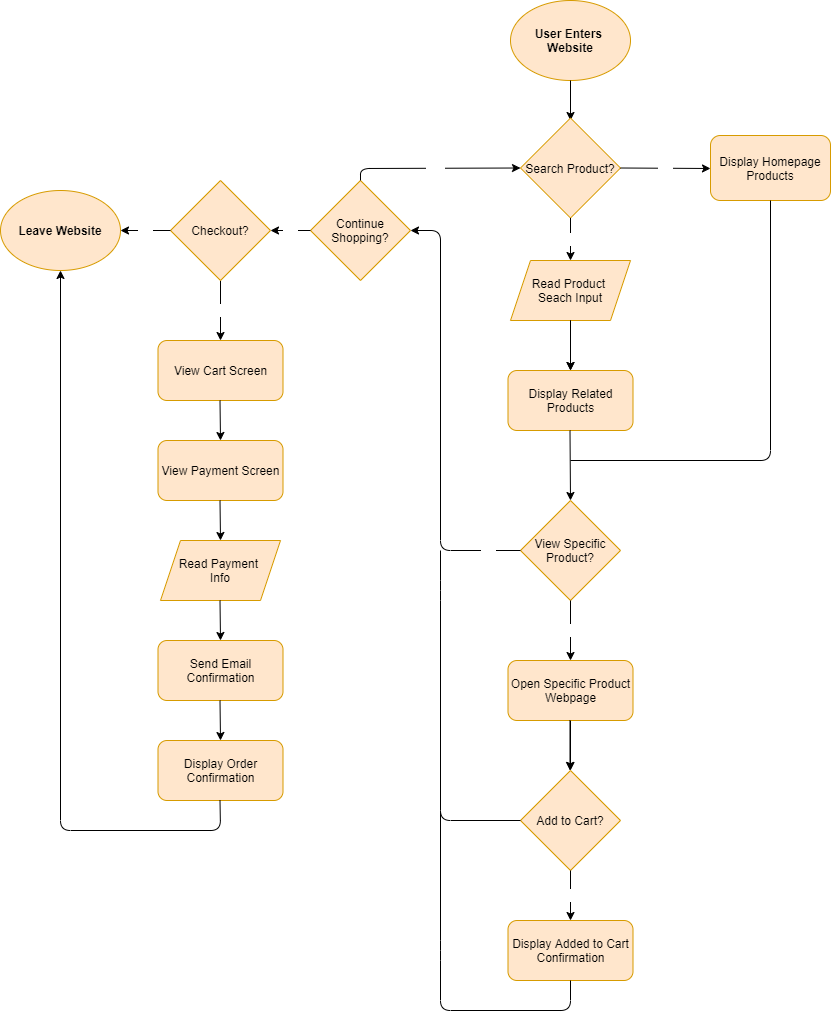
Before: explore/diagramming/diagram.drawio.png, a diagram exported from draw.io (dwk002/fa21-cse110-lab4). Source tidied: cells renumbered, new cells last; positions are measured from the earlier drawing's top-left corner, leaving out a move shared by most shapes. The source it was exported from:
```xml
<mxGraphModel>
  <root>
    <mxCell id="0" />
    <mxCell id="1" parent="0" />
    <mxCell id="2" value="&lt;b&gt;User Enters &lt;br&gt;Website&lt;/b&gt;" style="ellipse;whiteSpace=wrap;html=1;fillColor=#ffe6cc;strokeColor=#d79b00;fontColor=#000000;" parent="1" vertex="1">
      <mxGeometry x="510" width="120" height="80" as="geometry" />
    </mxCell>
    <mxCell id="3" style="endArrow=classic;html=1;fontColor=#000000;exitX=0.5;exitY=1;exitDx=0;exitDy=0;" parent="1" edge="1" source="2">
      <mxGeometry relative="1" as="geometry">
        <mxPoint x="570" y="120" as="targetPoint" />
      </mxGeometry>
    </mxCell>
    <mxCell id="4" value="Search Product?" style="rhombus;whiteSpace=wrap;html=1;fillColor=#ffe6cc;strokeColor=#d79b00;fontColor=#000000;" parent="1" vertex="1">
      <mxGeometry x="520" y="117.5" width="100" height="100" as="geometry" />
    </mxCell>
    <mxCell id="5" value="&lt;font color=&quot;#ffffff&quot;&gt;No&lt;/font&gt;" style="endArrow=classic;html=1;fontColor=#000000;exitX=1;exitY=0.5;exitDx=0;exitDy=0;fontStyle=1;" parent="1" edge="1" source="4">
      <mxGeometry relative="1" as="geometry">
        <mxPoint x="710" y="168" as="targetPoint" />
      </mxGeometry>
    </mxCell>
    <mxCell id="6" value="&lt;font color=&quot;#ffffff&quot;&gt;Yes&lt;/font&gt;" style="endArrow=classic;html=1;fontColor=#000000;exitX=0.5;exitY=1;exitDx=0;exitDy=0;fontStyle=1;" parent="1" edge="1" source="4">
      <mxGeometry relative="1" as="geometry">
        <mxPoint x="570" y="260" as="targetPoint" />
      </mxGeometry>
    </mxCell>
    <mxCell id="7" value="Display Homepage Products" style="rounded=1;whiteSpace=wrap;html=1;fillColor=#ffe6cc;strokeColor=#d79b00;fontColor=#000000;" parent="1" vertex="1">
      <mxGeometry x="710" y="135" width="120" height="65" as="geometry" />
    </mxCell>
    <mxCell id="8" value="Read Product &lt;br&gt;Seach Input" style="shape=parallelogram;perimeter=parallelogramPerimeter;whiteSpace=wrap;html=1;fixedSize=1;fillColor=#ffe6cc;strokeColor=#d79b00;fontColor=#000000;" parent="1" vertex="1">
      <mxGeometry x="510" y="260" width="120" height="60" as="geometry" />
    </mxCell>
    <mxCell id="9" value="Display Related Products" style="rounded=1;whiteSpace=wrap;html=1;fillColor=#ffe6cc;strokeColor=#d79b00;fontColor=#000000;" parent="1" vertex="1">
      <mxGeometry x="507.5" y="370" width="125" height="60" as="geometry" />
    </mxCell>
    <mxCell id="10" style="endArrow=classic;html=1;fontColor=#000000;entryX=0.5;entryY=0;entryDx=0;entryDy=0;" parent="1" edge="1" target="9">
      <mxGeometry relative="1" as="geometry">
        <mxPoint x="570" y="320" as="sourcePoint" />
      </mxGeometry>
    </mxCell>
    <mxCell id="11" value="View Specific Product?" style="rhombus;whiteSpace=wrap;html=1;fillColor=#ffe6cc;strokeColor=#d79b00;fontColor=#000000;" parent="1" vertex="1">
      <mxGeometry x="520" y="500" width="100" height="100" as="geometry" />
    </mxCell>
    <mxCell id="12" style="endArrow=none;html=1;fontColor=#000000;entryX=0.5;entryY=1;entryDx=0;entryDy=0;" parent="1" edge="1" target="7">
      <mxGeometry relative="1" as="geometry">
        <mxPoint x="570" y="460" as="sourcePoint" />
        <Array as="points">
          <mxPoint x="770" y="460" />
        </Array>
      </mxGeometry>
    </mxCell>
    <mxCell id="13" style="endArrow=classic;html=1;fontColor=#000000;entryX=0.5;entryY=0;entryDx=0;entryDy=0;" parent="1" edge="1" target="11">
      <mxGeometry relative="1" as="geometry">
        <mxPoint x="569.5" y="430" as="sourcePoint" />
      </mxGeometry>
    </mxCell>
    <mxCell id="14" value="&lt;font color=&quot;#ffffff&quot;&gt;Yes&lt;/font&gt;" style="endArrow=classic;html=1;fontColor=#000000;fontStyle=1;exitX=0.5;exitY=1;exitDx=0;exitDy=0;entryX=0.5;entryY=0;entryDx=0;entryDy=0;" parent="1" edge="1" source="11" target="16">
      <mxGeometry relative="1" as="geometry" />
    </mxCell>
    <mxCell id="15" style="edgeStyle=orthogonalEdgeStyle;rounded=0;jettySize=auto;html=1;fontColor=#000000;" parent="1" edge="1" source="16" target="19">
      <mxGeometry relative="1" as="geometry" />
    </mxCell>
    <mxCell id="16" value="Open Specific Product Webpage" style="rounded=1;whiteSpace=wrap;html=1;fillColor=#ffe6cc;strokeColor=#d79b00;fontColor=#000000;" parent="1" vertex="1">
      <mxGeometry x="507.5" y="660" width="125" height="60" as="geometry" />
    </mxCell>
    <mxCell id="17" style="endArrow=classic;html=1;fontColor=#000000;entryX=0.5;entryY=0;entryDx=0;entryDy=0;" parent="1" edge="1">
      <mxGeometry relative="1" as="geometry">
        <mxPoint x="570" y="320" as="sourcePoint" />
        <mxPoint x="570" y="370" as="targetPoint" />
      </mxGeometry>
    </mxCell>
    <mxCell id="18" style="endArrow=classic;html=1;fontColor=#000000;entryX=0.5;entryY=0;entryDx=0;entryDy=0;" parent="1" edge="1">
      <mxGeometry relative="1" as="geometry">
        <mxPoint x="569.5" y="720" as="sourcePoint" />
        <mxPoint x="569.5" y="770" as="targetPoint" />
      </mxGeometry>
    </mxCell>
    <mxCell id="19" value="Add to Cart?" style="rhombus;whiteSpace=wrap;html=1;fillColor=#ffe6cc;strokeColor=#d79b00;fontColor=#000000;" parent="1" vertex="1">
      <mxGeometry x="520" y="770" width="100" height="100" as="geometry" />
    </mxCell>
    <mxCell id="20" value="Display Added to Cart Confirmation" style="rounded=1;whiteSpace=wrap;html=1;fillColor=#ffe6cc;strokeColor=#d79b00;fontColor=#000000;" parent="1" vertex="1">
      <mxGeometry x="507.5" y="920" width="125" height="60" as="geometry" />
    </mxCell>
    <mxCell id="21" value="&lt;font color=&quot;#ffffff&quot;&gt;Yes&lt;/font&gt;" style="endArrow=classic;html=1;fontColor=#000000;fontStyle=1;" parent="1" edge="1">
      <mxGeometry relative="1" as="geometry">
        <mxPoint x="570" y="870" as="sourcePoint" />
        <mxPoint x="570" y="920" as="targetPoint" />
      </mxGeometry>
    </mxCell>
    <mxCell id="22" value="&lt;font color=&quot;#ffffff&quot;&gt;No&lt;/font&gt;" style="endArrow=classic;html=1;fontColor=#000000;exitX=0;exitY=0.5;exitDx=0;exitDy=0;fontStyle=1;entryX=1;entryY=0.5;entryDx=0;entryDy=0;" parent="1" edge="1" source="11" target="23">
      <mxGeometry x="-0.85" relative="1" as="geometry">
        <Array as="points">
          <mxPoint x="440" y="550" />
          <mxPoint x="440" y="230" />
        </Array>
      </mxGeometry>
    </mxCell>
    <mxCell id="23" value="Continue Shopping?" style="rhombus;whiteSpace=wrap;html=1;fillColor=#ffe6cc;strokeColor=#d79b00;fontColor=#000000;" parent="1" vertex="1">
      <mxGeometry x="310" y="180" width="100" height="100" as="geometry" />
    </mxCell>
    <mxCell id="24" style="endArrow=none;html=1;fontColor=#000000;exitX=0;exitY=0.5;exitDx=0;exitDy=0;" parent="1" edge="1" source="19">
      <mxGeometry relative="1" as="geometry">
        <mxPoint x="440" y="550" as="targetPoint" />
        <Array as="points">
          <mxPoint x="440" y="820" />
          <mxPoint x="440" y="590" />
        </Array>
      </mxGeometry>
    </mxCell>
    <mxCell id="25" value="&lt;b&gt;&lt;font color=&quot;#ffffff&quot;&gt;No&lt;/font&gt;&lt;/b&gt;" style="edgeLabel;html=1;align=center;verticalAlign=middle;fontColor=#000000;" parent="24" vertex="1">
      <mxGeometry x="-0.12" relative="1" as="geometry">
        <mxPoint x="50" y="91" as="offset" />
      </mxGeometry>
    </mxCell>
    <mxCell id="26" style="endArrow=none;html=1;fontColor=#000000;entryX=0.5;entryY=1;entryDx=0;entryDy=0;" parent="1" edge="1" target="20">
      <mxGeometry relative="1" as="geometry">
        <mxPoint x="440" y="810" as="sourcePoint" />
        <Array as="points">
          <mxPoint x="440" y="950" />
          <mxPoint x="440" y="1010" />
          <mxPoint x="570" y="1010" />
        </Array>
      </mxGeometry>
    </mxCell>
    <mxCell id="27" value="&lt;font color=&quot;#ffffff&quot;&gt;Yes&lt;/font&gt;" style="endArrow=classic;html=1;fontColor=#000000;fontStyle=1;entryX=0;entryY=0.5;entryDx=0;entryDy=0;" parent="1" edge="1" target="4">
      <mxGeometry relative="1" as="geometry">
        <mxPoint x="360" y="180" as="sourcePoint" />
        <Array as="points">
          <mxPoint x="360" y="168" />
        </Array>
      </mxGeometry>
    </mxCell>
    <mxCell id="28" value="&lt;font color=&quot;#ffffff&quot;&gt;No&lt;/font&gt;" style="endArrow=classic;html=1;fontColor=#000000;exitX=0;exitY=0.5;exitDx=0;exitDy=0;fontStyle=1;" parent="1" edge="1" source="23">
      <mxGeometry relative="1" as="geometry">
        <mxPoint x="270" y="230" as="targetPoint" />
      </mxGeometry>
    </mxCell>
    <mxCell id="29" value="&lt;b&gt;&lt;font color=&quot;#ffffff&quot;&gt;Yes&lt;/font&gt;&lt;/b&gt;" style="edgeStyle=orthogonalEdgeStyle;rounded=0;jettySize=auto;html=1;fontColor=#000000;" parent="1" edge="1" source="30">
      <mxGeometry relative="1" as="geometry">
        <mxPoint x="220" y="340" as="targetPoint" />
      </mxGeometry>
    </mxCell>
    <mxCell id="30" value="Checkout?" style="rhombus;whiteSpace=wrap;html=1;fillColor=#ffe6cc;strokeColor=#d79b00;fontColor=#000000;" parent="1" vertex="1">
      <mxGeometry x="170" y="180" width="100" height="100" as="geometry" />
    </mxCell>
    <mxCell id="31" value="&lt;font color=&quot;#ffffff&quot;&gt;No&lt;/font&gt;" style="endArrow=classic;html=1;fontColor=#000000;exitX=0;exitY=0.5;exitDx=0;exitDy=0;fontStyle=1;" parent="1" edge="1" source="30">
      <mxGeometry relative="1" as="geometry">
        <mxPoint x="120" y="230" as="targetPoint" />
      </mxGeometry>
    </mxCell>
    <mxCell id="32" value="&lt;b&gt;Leave Website&lt;/b&gt;" style="ellipse;whiteSpace=wrap;html=1;fillColor=#ffe6cc;strokeColor=#d79b00;fontColor=#000000;" parent="1" vertex="1">
      <mxGeometry y="190" width="120" height="80" as="geometry" />
    </mxCell>
    <mxCell id="33" value="View Cart Screen" style="rounded=1;whiteSpace=wrap;html=1;fillColor=#ffe6cc;strokeColor=#d79b00;fontColor=#000000;" parent="1" vertex="1">
      <mxGeometry x="157.5" y="340" width="125" height="60" as="geometry" />
    </mxCell>
    <mxCell id="34" style="endArrow=classic;html=1;fontColor=#000000;" parent="1" edge="1">
      <mxGeometry relative="1" as="geometry">
        <mxPoint x="219.5" y="400" as="sourcePoint" />
        <mxPoint x="220" y="440" as="targetPoint" />
      </mxGeometry>
    </mxCell>
    <mxCell id="35" value="View Payment Screen" style="rounded=1;whiteSpace=wrap;html=1;fillColor=#ffe6cc;strokeColor=#d79b00;fontColor=#000000;" parent="1" vertex="1">
      <mxGeometry x="157.5" y="440" width="125" height="60" as="geometry" />
    </mxCell>
    <mxCell id="36" style="endArrow=classic;html=1;fontColor=#000000;" parent="1" edge="1">
      <mxGeometry relative="1" as="geometry">
        <mxPoint x="219.5" y="500" as="sourcePoint" />
        <mxPoint x="220" y="540" as="targetPoint" />
      </mxGeometry>
    </mxCell>
    <mxCell id="37" value="Read Payment &lt;br&gt;Info" style="shape=parallelogram;perimeter=parallelogramPerimeter;whiteSpace=wrap;html=1;fixedSize=1;fillColor=#ffe6cc;strokeColor=#d79b00;fontColor=#000000;" parent="1" vertex="1">
      <mxGeometry x="160" y="540" width="120" height="60" as="geometry" />
    </mxCell>
    <mxCell id="38" style="endArrow=classic;html=1;fontColor=#000000;" parent="1" edge="1">
      <mxGeometry relative="1" as="geometry">
        <mxPoint x="219.5" y="600" as="sourcePoint" />
        <mxPoint x="220" y="640" as="targetPoint" />
      </mxGeometry>
    </mxCell>
    <mxCell id="39" value="Send Email Confirmation" style="rounded=1;whiteSpace=wrap;html=1;fillColor=#ffe6cc;strokeColor=#d79b00;fontColor=#000000;" parent="1" vertex="1">
      <mxGeometry x="157.5" y="640" width="125" height="60" as="geometry" />
    </mxCell>
    <mxCell id="40" style="endArrow=classic;html=1;fontColor=#000000;" parent="1" edge="1">
      <mxGeometry relative="1" as="geometry">
        <mxPoint x="219.5" y="700" as="sourcePoint" />
        <mxPoint x="220" y="740" as="targetPoint" />
      </mxGeometry>
    </mxCell>
    <mxCell id="41" value="Display Order Confirmation" style="rounded=1;whiteSpace=wrap;html=1;fillColor=#ffe6cc;strokeColor=#d79b00;fontColor=#000000;" parent="1" vertex="1">
      <mxGeometry x="157.5" y="740" width="125" height="60" as="geometry" />
    </mxCell>
    <mxCell id="42" style="endArrow=classic;html=1;fontColor=#000000;entryX=0.5;entryY=1;entryDx=0;entryDy=0;" parent="1" edge="1" target="32">
      <mxGeometry relative="1" as="geometry">
        <mxPoint x="219.5" y="800" as="sourcePoint" />
        <Array as="points">
          <mxPoint x="220" y="830" />
          <mxPoint x="60" y="830" />
        </Array>
      </mxGeometry>
    </mxCell>
  </root>
</mxGraphModel>
```
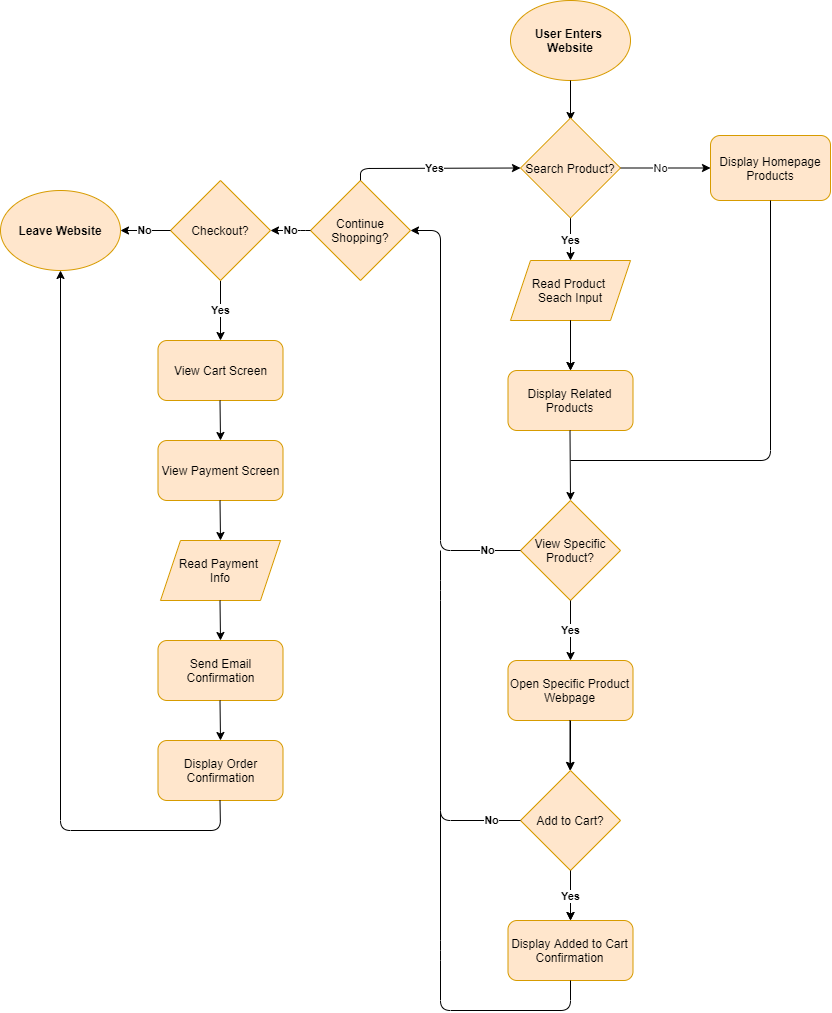
The same diagram one commit later.

Commit message:
Fix Text Color for Diagram

What changed in the source:
```diff
@@ -10,19 +10,12 @@
         <mxPoint x="570" y="120" as="targetPoint" />
       </mxGeometry>
     </mxCell>
+    <mxCell id="6" value="&lt;b&gt;Yes&lt;/b&gt;" style="edgeStyle=orthogonalEdgeStyle;rounded=0;jettySize=auto;html=1;fontColor=#000000;" parent="1" edge="1" source="4" target="8">
+      <mxGeometry x="0.06" relative="1" as="geometry" />
+    </mxCell>
     <mxCell id="4" value="Search Product?" style="rhombus;whiteSpace=wrap;html=1;fillColor=#ffe6cc;strokeColor=#d79b00;fontColor=#000000;" parent="1" vertex="1">
       <mxGeometry x="520" y="117.5" width="100" height="100" as="geometry" />
     </mxCell>
-    <mxCell id="5" value="&lt;font color=&quot;#ffffff&quot;&gt;No&lt;/font&gt;" style="endArrow=classic;html=1;fontColor=#000000;exitX=1;exitY=0.5;exitDx=0;exitDy=0;fontStyle=1;" parent="1" edge="1" source="4">
-      <mxGeometry relative="1" as="geometry">
-        <mxPoint x="710" y="168" as="targetPoint" />
-      </mxGeometry>
-    </mxCell>
-    <mxCell id="6" value="&lt;font color=&quot;#ffffff&quot;&gt;Yes&lt;/font&gt;" style="endArrow=classic;html=1;fontColor=#000000;exitX=0.5;exitY=1;exitDx=0;exitDy=0;fontStyle=1;" parent="1" edge="1" source="4">
-      <mxGeometry relative="1" as="geometry">
-        <mxPoint x="570" y="260" as="targetPoint" />
-      </mxGeometry>
-    </mxCell>
     <mxCell id="7" value="Display Homepage Products" style="rounded=1;whiteSpace=wrap;html=1;fillColor=#ffe6cc;strokeColor=#d79b00;fontColor=#000000;" parent="1" vertex="1">
       <mxGeometry x="710" y="135" width="120" height="65" as="geometry" />
     </mxCell>
@@ -53,7 +46,7 @@
         <mxPoint x="569.5" y="430" as="sourcePoint" />
       </mxGeometry>
     </mxCell>
-    <mxCell id="14" value="&lt;font color=&quot;#ffffff&quot;&gt;Yes&lt;/font&gt;" style="endArrow=classic;html=1;fontColor=#000000;fontStyle=1;exitX=0.5;exitY=1;exitDx=0;exitDy=0;entryX=0.5;entryY=0;entryDx=0;entryDy=0;" parent="1" edge="1" source="11" target="16">
+    <mxCell id="14" value="Yes" style="endArrow=classic;html=1;fontColor=#000000;fontStyle=1;exitX=0.5;exitY=1;exitDx=0;exitDy=0;entryX=0.5;entryY=0;entryDx=0;entryDy=0;" parent="1" edge="1" source="11" target="16">
       <mxGeometry relative="1" as="geometry" />
     </mxCell>
     <mxCell id="15" style="edgeStyle=orthogonalEdgeStyle;rounded=0;jettySize=auto;html=1;fontColor=#000000;" parent="1" edge="1" source="16" target="19">
@@ -74,19 +67,22 @@
         <mxPoint x="569.5" y="770" as="targetPoint" />
       </mxGeometry>
     </mxCell>
+    <mxCell id="43" style="edgeStyle=orthogonalEdgeStyle;rounded=0;jettySize=auto;html=1;fontColor=#000000;" parent="1" edge="1" source="19" target="20">
+      <mxGeometry relative="1" as="geometry" />
+    </mxCell>
     <mxCell id="19" value="Add to Cart?" style="rhombus;whiteSpace=wrap;html=1;fillColor=#ffe6cc;strokeColor=#d79b00;fontColor=#000000;" parent="1" vertex="1">
       <mxGeometry x="520" y="770" width="100" height="100" as="geometry" />
     </mxCell>
     <mxCell id="20" value="Display Added to Cart Confirmation" style="rounded=1;whiteSpace=wrap;html=1;fillColor=#ffe6cc;strokeColor=#d79b00;fontColor=#000000;" parent="1" vertex="1">
       <mxGeometry x="507.5" y="920" width="125" height="60" as="geometry" />
     </mxCell>
-    <mxCell id="21" value="&lt;font color=&quot;#ffffff&quot;&gt;Yes&lt;/font&gt;" style="endArrow=classic;html=1;fontColor=#000000;fontStyle=1;" parent="1" edge="1">
+    <mxCell id="21" value="Yes" style="endArrow=classic;html=1;fontColor=#000000;fontStyle=1;" parent="1" edge="1">
       <mxGeometry relative="1" as="geometry">
         <mxPoint x="570" y="870" as="sourcePoint" />
         <mxPoint x="570" y="920" as="targetPoint" />
       </mxGeometry>
     </mxCell>
-    <mxCell id="22" value="&lt;font color=&quot;#ffffff&quot;&gt;No&lt;/font&gt;" style="endArrow=classic;html=1;fontColor=#000000;exitX=0;exitY=0.5;exitDx=0;exitDy=0;fontStyle=1;entryX=1;entryY=0.5;entryDx=0;entryDy=0;" parent="1" edge="1" source="11" target="23">
+    <mxCell id="22" value="No" style="endArrow=classic;html=1;fontColor=#000000;exitX=0;exitY=0.5;exitDx=0;exitDy=0;fontStyle=1;entryX=1;entryY=0.5;entryDx=0;entryDy=0;" parent="1" edge="1" source="11" target="23">
       <mxGeometry x="-0.85" relative="1" as="geometry">
         <Array as="points">
           <mxPoint x="440" y="550" />
@@ -106,9 +102,9 @@
         </Array>
       </mxGeometry>
     </mxCell>
-    <mxCell id="25" value="&lt;b&gt;&lt;font color=&quot;#ffffff&quot;&gt;No&lt;/font&gt;&lt;/b&gt;" style="edgeLabel;html=1;align=center;verticalAlign=middle;fontColor=#000000;" parent="24" vertex="1">
+    <mxCell id="25" value="&lt;b&gt;No&lt;/b&gt;" style="edgeLabel;html=1;align=center;verticalAlign=middle;fontColor=#000000;" parent="24" vertex="1">
       <mxGeometry x="-0.12" relative="1" as="geometry">
-        <mxPoint x="50" y="91" as="offset" />
+        <mxPoint x="50" y="74" as="offset" />
       </mxGeometry>
     </mxCell>
     <mxCell id="26" style="endArrow=none;html=1;fontColor=#000000;entryX=0.5;entryY=1;entryDx=0;entryDy=0;" parent="1" edge="1" target="20">
@@ -121,7 +117,7 @@
         </Array>
       </mxGeometry>
     </mxCell>
-    <mxCell id="27" value="&lt;font color=&quot;#ffffff&quot;&gt;Yes&lt;/font&gt;" style="endArrow=classic;html=1;fontColor=#000000;fontStyle=1;entryX=0;entryY=0.5;entryDx=0;entryDy=0;" parent="1" edge="1" target="4">
+    <mxCell id="27" value="Yes" style="endArrow=classic;html=1;fontColor=#000000;fontStyle=1;entryX=0;entryY=0.5;entryDx=0;entryDy=0;" parent="1" edge="1" target="4">
       <mxGeometry relative="1" as="geometry">
         <mxPoint x="360" y="180" as="sourcePoint" />
         <Array as="points">
@@ -129,12 +125,15 @@
         </Array>
       </mxGeometry>
     </mxCell>
-    <mxCell id="28" value="&lt;font color=&quot;#ffffff&quot;&gt;No&lt;/font&gt;" style="endArrow=classic;html=1;fontColor=#000000;exitX=0;exitY=0.5;exitDx=0;exitDy=0;fontStyle=1;" parent="1" edge="1" source="23">
+    <mxCell id="28" value="No" style="endArrow=classic;html=1;fontColor=#000000;exitX=0;exitY=0.5;exitDx=0;exitDy=0;fontStyle=1;" parent="1" edge="1" source="23">
       <mxGeometry relative="1" as="geometry">
         <mxPoint x="270" y="230" as="targetPoint" />
+        <Array as="points">
+          <mxPoint x="300" y="230" />
+        </Array>
       </mxGeometry>
     </mxCell>
-    <mxCell id="29" value="&lt;b&gt;&lt;font color=&quot;#ffffff&quot;&gt;Yes&lt;/font&gt;&lt;/b&gt;" style="edgeStyle=orthogonalEdgeStyle;rounded=0;jettySize=auto;html=1;fontColor=#000000;" parent="1" edge="1" source="30">
+    <mxCell id="29" value="&lt;b&gt;Yes&lt;/b&gt;" style="edgeStyle=orthogonalEdgeStyle;rounded=0;jettySize=auto;html=1;fontColor=#000000;" parent="1" edge="1" source="30">
       <mxGeometry relative="1" as="geometry">
         <mxPoint x="220" y="340" as="targetPoint" />
       </mxGeometry>
@@ -142,7 +141,7 @@
     <mxCell id="30" value="Checkout?" style="rhombus;whiteSpace=wrap;html=1;fillColor=#ffe6cc;strokeColor=#d79b00;fontColor=#000000;" parent="1" vertex="1">
       <mxGeometry x="170" y="180" width="100" height="100" as="geometry" />
     </mxCell>
-    <mxCell id="31" value="&lt;font color=&quot;#ffffff&quot;&gt;No&lt;/font&gt;" style="endArrow=classic;html=1;fontColor=#000000;exitX=0;exitY=0.5;exitDx=0;exitDy=0;fontStyle=1;" parent="1" edge="1" source="30">
+    <mxCell id="31" value="No" style="endArrow=classic;html=1;fontColor=#000000;exitX=0;exitY=0.5;exitDx=0;exitDy=0;fontStyle=1;" parent="1" edge="1" source="30">
       <mxGeometry relative="1" as="geometry">
         <mxPoint x="120" y="230" as="targetPoint" />
       </mxGeometry>
@@ -198,5 +197,13 @@
         </Array>
       </mxGeometry>
     </mxCell>
+    <mxCell id="44" style="endArrow=classic;html=1;fontColor=#000000;exitX=1;exitY=0.5;exitDx=0;exitDy=0;entryX=0;entryY=0.5;entryDx=0;entryDy=0;" parent="1" edge="1" source="4" target="7">
+      <mxGeometry relative="1" as="geometry" />
+    </mxCell>
+    <mxCell id="5" value="No" style="edgeLabel;html=1;align=center;verticalAlign=middle;fontColor=#000000;" parent="44" vertex="1">
+      <mxGeometry x="-0.2" y="-1" relative="1" as="geometry">
+        <mxPoint x="4" y="-1" as="offset" />
+      </mxGeometry>
+    </mxCell>
   </root>
 </mxGraphModel>
```
